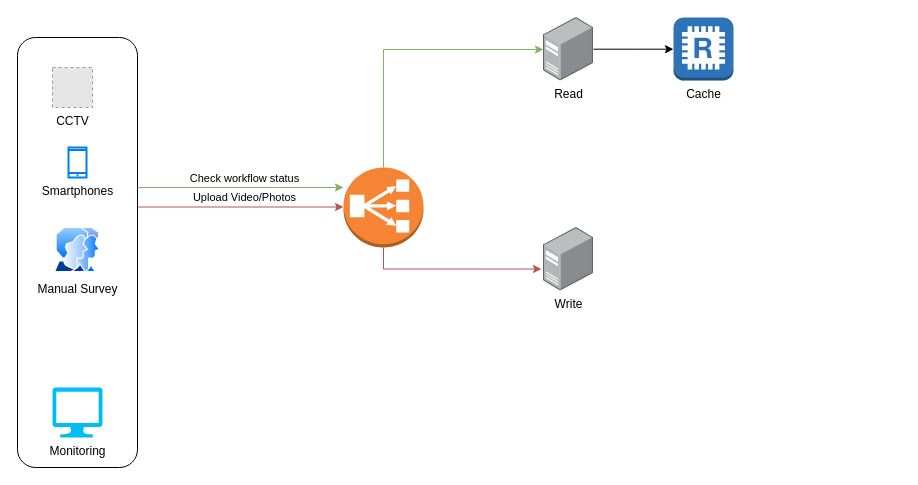
Before: Untitled Diagram.drawio in cartmancodes/op-hastinapur, a draw.io diagram. Source tidied: cells renumbered, new cells numbered last; positions are measured from the earlier drawing's top-left corner, leaving out a move shared by most shapes. Both pictures are drawn from the tidied source at 100%, with x=0, y=0 at pixel (17, 17). Pictures stored in the file or linked from it are replaced by grey dashed boxes.
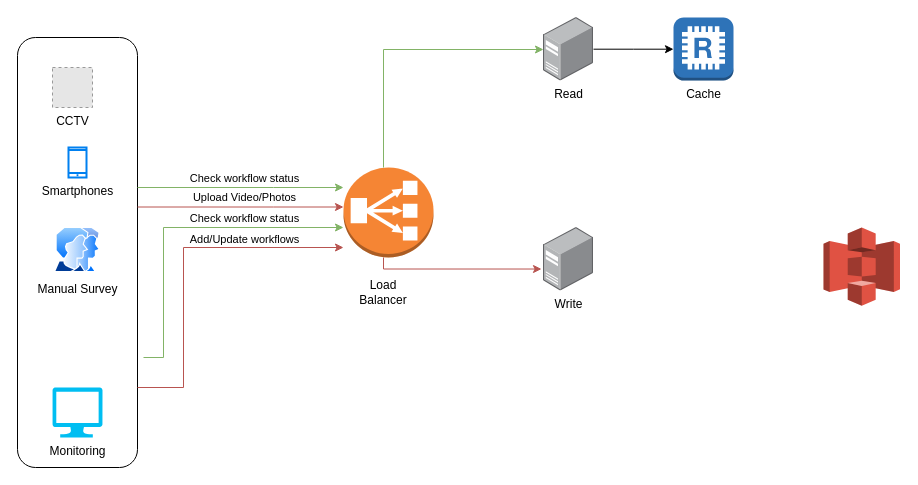
The same diagram, later.

What changed in the source:
```diff
@@
     <mxCell id="2" style="outlineConnect=0;dashed=0;verticalLabelPosition=bottom;verticalAlign=top;align=center;html=1;shape=mxgraph.aws3.classic_load_balancer;fillColor=#F58534;gradientColor=none;" parent="1" vertex="1">
-      <mxGeometry x="326" y="150" width="80" height="80" as="geometry" />
+      <mxGeometry x="326" y="150" width="90" height="90" as="geometry" />
     </mxCell>
@@
+    <mxCell id="18" style="edgeStyle=orthogonalEdgeStyle;rounded=0;jettySize=auto;html=1;fillColor=#f8cecc;strokeColor=#b85450;" parent="1" edge="1" target="2">
+      <mxGeometry relative="1" as="geometry">
+        <mxPoint x="120" y="370" as="sourcePoint" />
+        <Array as="points">
+          <mxPoint x="166" y="370" />
+          <mxPoint x="166" y="230" />
+        </Array>
+      </mxGeometry>
+    </mxCell>
+    <mxCell id="19" value="Add/Update workflows" style="edgeLabel;html=1;align=center;verticalAlign=middle;" parent="18" vertex="1">
+      <mxGeometry x="0.06" y="-1" relative="1" as="geometry">
+        <mxPoint x="59" y="-12" as="offset" />
+      </mxGeometry>
+    </mxCell>
+    <mxCell id="20" style="edgeStyle=orthogonalEdgeStyle;rounded=0;orthogonalLoop=1;jettySize=auto;html=1;entryX=0;entryY=0.5;entryDx=0;entryDy=0;entryPerimeter=0;fillColor=#d5e8d4;strokeColor=#82b366;" parent="1" edge="1">
+      <mxGeometry relative="1" as="geometry">
+        <mxPoint x="126" y="340" as="sourcePoint" />
+        <mxPoint x="326" y="210" as="targetPoint" />
+        <Array as="points">
+          <mxPoint x="146" y="340" />
+          <mxPoint x="146" y="210" />
+        </Array>
+      </mxGeometry>
+    </mxCell>
+    <mxCell id="21" value="Check workflow status" style="edgeLabel;html=1;align=center;verticalAlign=middle;" parent="20" vertex="1">
+      <mxGeometry x="0.06" y="-1" relative="1" as="geometry">
+        <mxPoint x="55" y="-11" as="offset" />
+      </mxGeometry>
+    </mxCell>
+    <mxCell id="22" value="Load Balancer" style="text;html=1;align=center;verticalAlign=middle;whiteSpace=wrap;rounded=0;" parent="1" vertex="1">
+      <mxGeometry x="336" y="260" width="60" height="30" as="geometry" />
+    </mxCell>
+    <mxCell id="23" style="dashed=0;verticalLabelPosition=bottom;verticalAlign=top;align=center;html=1;shape=mxgraph.aws3.s3;fillColor=#E05243;gradientColor=none;" parent="1" vertex="1">
+      <mxGeometry x="806" y="210" width="76.5" height="78.2" as="geometry" />
+    </mxCell>
```
